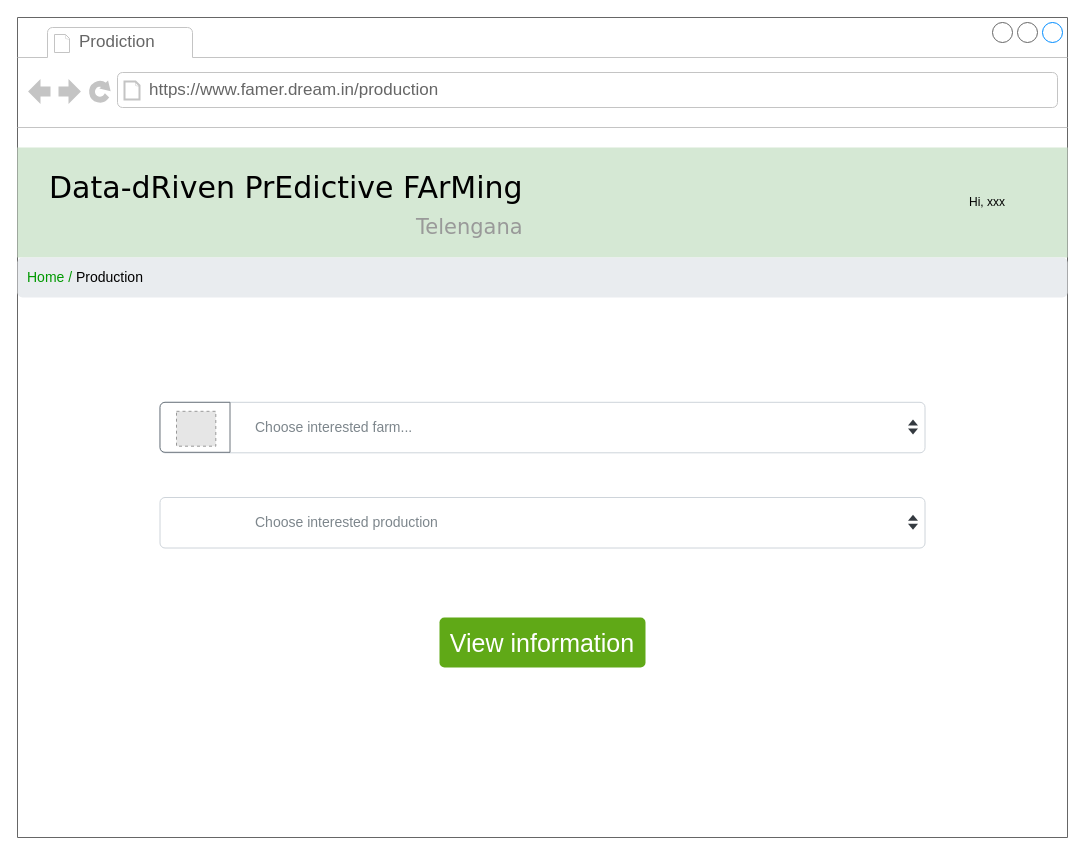
Earlier version of the draw.io diagram page "fm-production" (19 of 25) of RASD/diagrams/User Interface.drawio (ictar/DREAM-SE2-Project-2022). Source tidied: cells renumbered, new cells numbered last; positions are measured from the earlier drawing's top-left corner, leaving out a move shared by most shapes. Both pictures are drawn from the tidied source at 100%, with x=0, y=0 at pixel (17, 17). Pictures stored in the file or linked from it are replaced by grey dashed boxes.
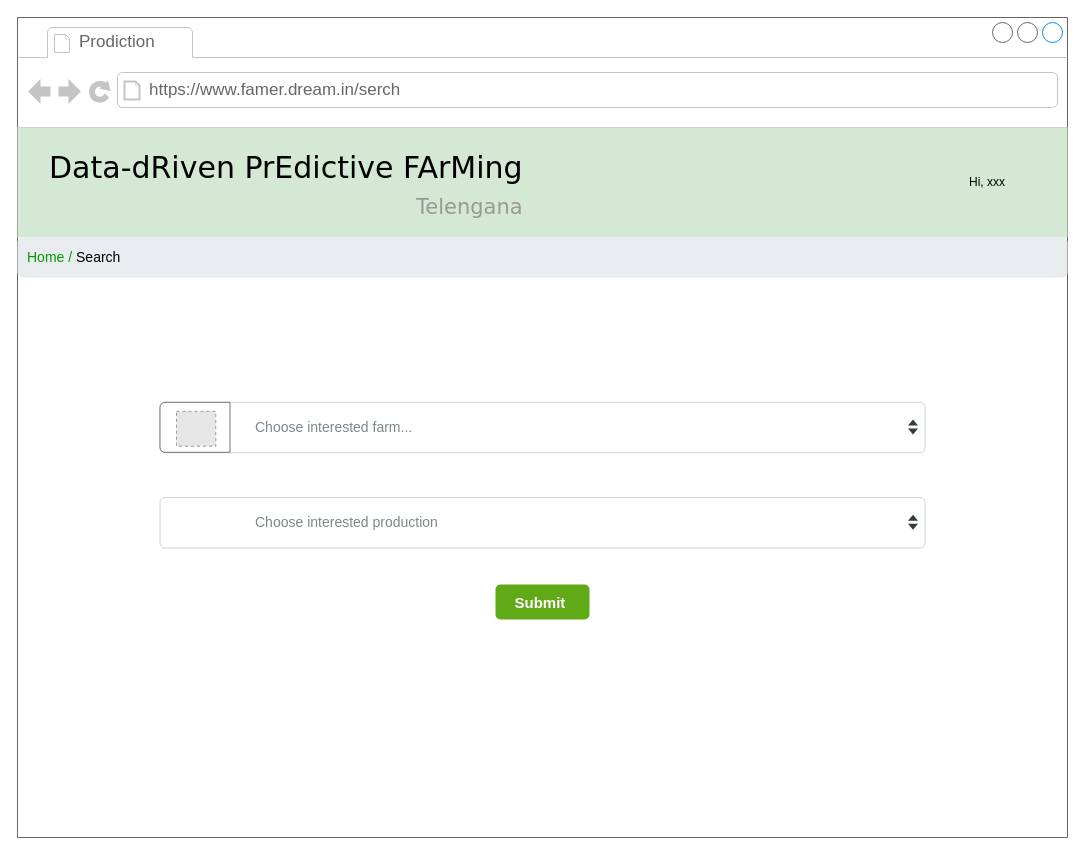
After the change.

Unchanged cells that the change refers to:
```xml
<mxCell id="2" style="strokeWidth=1;shadow=0;dashed=0;align=center;html=1;shape=mxgraph.mockup.containers.browserWindow;rSize=0;strokeColor=none;mainText=,;rounded=0;labelBackgroundColor=none;fontFamily=Verdana;fontSize=12;" parent="1" vertex="1">
  <mxGeometry width="1050" height="820" as="geometry" />
</mxCell>
```

Diff of the diagram source:
```diff
@@
-    <mxCell id="4" value="https://www.famer.dream.in/production" style="strokeWidth=1;shadow=0;dashed=0;align=center;html=1;shape=mxgraph.mockup.containers.anchor;rSize=0;fontSize=17;fontColor=#666666;align=left;" parent="2" vertex="1">
+    <mxCell id="4" value="https://www.famer.dream.in/serch" style="strokeWidth=1;shadow=0;dashed=0;align=center;html=1;shape=mxgraph.mockup.containers.anchor;rSize=0;fontSize=17;fontColor=#666666;align=left;" parent="2" vertex="1">
       <mxGeometry x="130" y="60" width="250" height="26" as="geometry" />
     </mxCell>
@@
-    <mxCell id="13" value="&lt;font style=&quot;font-size: 25px&quot;&gt;View information&lt;/font&gt;" style="html=1;shadow=0;dashed=0;shape=mxgraph.bootstrap.rrect;rSize=5;strokeColor=none;strokeWidth=3;fillColor=#60a917;fontColor=#ffffff;whiteSpace=wrap;align=center;verticalAlign=middle;spacingLeft=0;fontStyle=0;fontSize=16;spacing=5;" parent="2" vertex="1">
-      <mxGeometry x="422" y="600" width="206" height="50" as="geometry" />
-    </mxCell>
+    <mxCell id="19" value="&lt;font size=&quot;1&quot;&gt;&lt;b style=&quot;font-size: 15px&quot;&gt;Submit&amp;nbsp;&lt;/b&gt;&lt;/font&gt;" style="html=1;shadow=0;dashed=0;shape=mxgraph.bootstrap.rrect;rSize=5;strokeColor=none;strokeWidth=3;fillColor=#60a917;fontColor=#ffffff;whiteSpace=wrap;align=center;verticalAlign=middle;spacingLeft=0;fontStyle=0;fontSize=16;spacing=5;" parent="2" vertex="1">
+      <mxGeometry x="478" y="567" width="94" height="35" as="geometry" />
+    </mxCell>
-    <mxCell id="14" style="group;" parent="1" vertex="1">
-      <mxGeometry y="130" width="1050" height="150" as="geometry" />
+    <mxCell id="14" style="group;" parent="2" vertex="1">
+      <mxGeometry y="110" width="1050" height="150" as="geometry" />
     </mxCell>
@@
-    <mxCell id="17" value="&lt;font color=&quot;#009900&quot;&gt;Home / &lt;/font&gt;&lt;font color=&quot;#000000&quot;&gt;Production&lt;/font&gt;" style="html=1;shadow=0;dashed=0;shape=mxgraph.bootstrap.rrect;rSize=5;strokeColor=none;strokeWidth=1;fillColor=#E9ECEF;fontColor=#6C757D;whiteSpace=wrap;align=left;verticalAlign=middle;spacingLeft=0;fontStyle=0;fontSize=14;spacing=10;" parent="1" vertex="1">
-      <mxGeometry y="240" width="1050" height="40" as="geometry" />
+    <mxCell id="17" value="&lt;font color=&quot;#009900&quot;&gt;Home / &lt;/font&gt;&lt;font color=&quot;#000000&quot;&gt;Search&lt;/font&gt;" style="html=1;shadow=0;dashed=0;shape=mxgraph.bootstrap.rrect;rSize=5;strokeColor=none;strokeWidth=1;fillColor=#E9ECEF;fontColor=#6C757D;whiteSpace=wrap;align=left;verticalAlign=middle;spacingLeft=0;fontStyle=0;fontSize=14;spacing=10;" parent="2" vertex="1">
+      <mxGeometry y="220" width="1050" height="40" as="geometry" />
     </mxCell>
-    <mxCell id="18" value="Hi, xxx" style="text;html=1;strokeColor=none;fillColor=none;align=center;verticalAlign=middle;whiteSpace=wrap;rounded=0;fontSize=12;fontColor=#000000;" parent="1" vertex="1">
-      <mxGeometry x="940" y="170" width="60" height="30" as="geometry" />
+    <mxCell id="18" value="Hi, xxx" style="text;html=1;strokeColor=none;fillColor=none;align=center;verticalAlign=middle;whiteSpace=wrap;rounded=0;fontSize=12;fontColor=#000000;" parent="2" vertex="1">
+      <mxGeometry x="940" y="150" width="60" height="30" as="geometry" />
     </mxCell>
```
